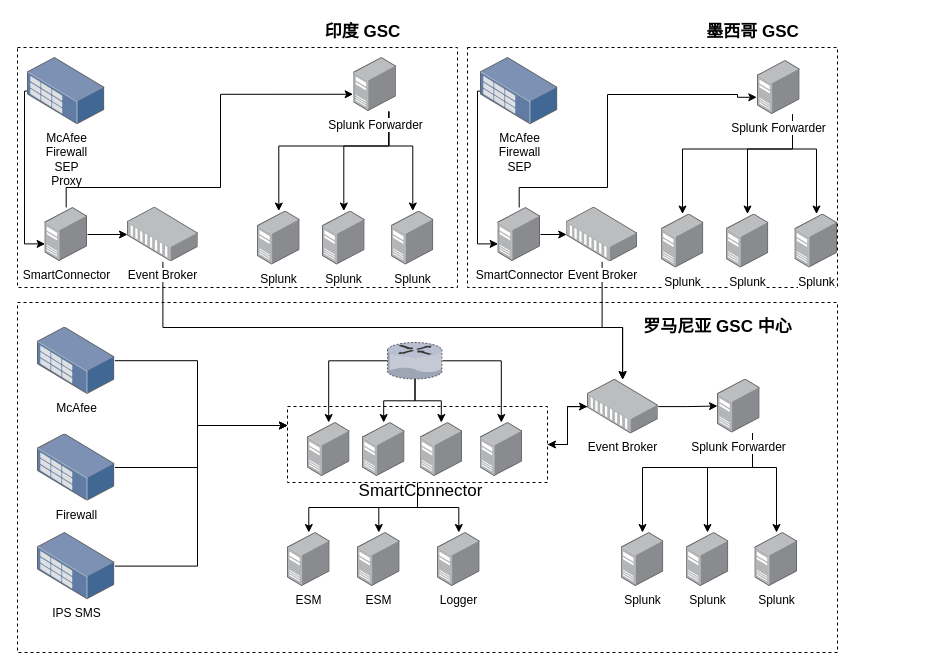
This is ArcSight+Splunk.drawio from dickens88/draft, a draw.io file, before an edit. Source tidied: cells renumbered, new cells numbered last; positions are measured from the earlier drawing's top-left corner, leaving out a move shared by most shapes. Both pictures are drawn from the tidied source at 100%, with x=0, y=0 at pixel (17, 17).
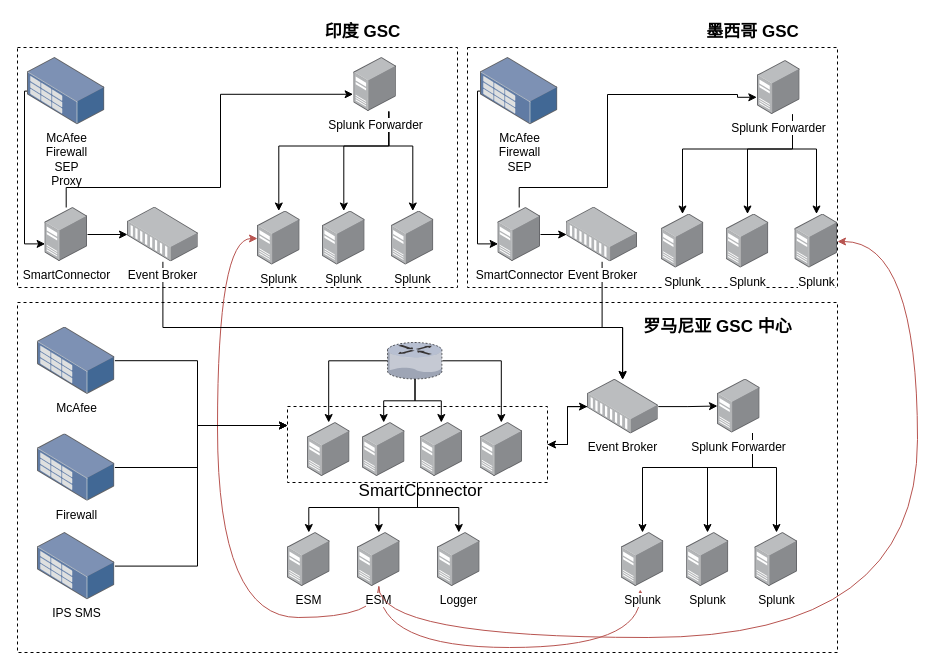
After the change.

The change refers to these unchanged cells:
```xml
<mxCell id="10" value="ESM" style="points=[];html=1;align=center;shadow=0;dashed=0;image;image=img/lib/allied_telesis/computer_and_terminals/Server_Desktop.svg;" parent="1" vertex="1">
  <mxGeometry x="340" y="515" width="42.6" height="54" as="geometry" />
</mxCell>
<mxCell id="39" value="Splunk" style="points=[];html=1;align=center;shadow=0;dashed=0;image;image=img/lib/allied_telesis/computer_and_terminals/Server_Desktop.svg;" parent="1" vertex="1">
  <mxGeometry x="603.7" y="515" width="42.6" height="54" as="geometry" />
</mxCell>
<mxCell id="50" value="Splunk" style="points=[];html=1;align=center;shadow=0;dashed=0;image;image=img/lib/allied_telesis/computer_and_terminals/Server_Desktop.svg;" parent="1" vertex="1">
  <mxGeometry x="240" y="193.5" width="42.6" height="54" as="geometry" />
</mxCell>
<mxCell id="66" value="Splunk" style="points=[];html=1;align=center;shadow=0;dashed=0;image;image=img/lib/allied_telesis/computer_and_terminals/Server_Desktop.svg;" parent="1" vertex="1">
  <mxGeometry x="777.4" y="196.5" width="42.6" height="54" as="geometry" />
</mxCell>
```

Diff of the diagram source:
```diff
@@
+    <mxCell id="70" style="edgeStyle=orthogonalEdgeStyle;curved=1;rounded=0;jettySize=auto;html=1;fillColor=#f8cecc;strokeColor=#b85450;" parent="1" edge="1" source="10" target="50">
+      <mxGeometry relative="1" as="geometry">
+        <Array as="points">
+          <mxPoint x="361" y="600" />
+          <mxPoint x="200" y="600" />
+          <mxPoint x="200" y="221" />
+        </Array>
+      </mxGeometry>
+    </mxCell>
+    <mxCell id="71" style="edgeStyle=orthogonalEdgeStyle;curved=1;rounded=0;jettySize=auto;html=1;entryX=0.448;entryY=1.056;entryDx=0;entryDy=0;entryPerimeter=0;fillColor=#f8cecc;strokeColor=#b85450;" parent="1" edge="1" source="10" target="39">
+      <mxGeometry relative="1" as="geometry">
+        <Array as="points">
+          <mxPoint x="361" y="630" />
+          <mxPoint x="623" y="630" />
+        </Array>
+      </mxGeometry>
+    </mxCell>
@@
+    <mxCell id="72" style="edgeStyle=orthogonalEdgeStyle;curved=1;rounded=0;jettySize=auto;html=1;fillColor=#f8cecc;strokeColor=#b85450;" parent="1" edge="1" source="10" target="66">
+      <mxGeometry relative="1" as="geometry">
+        <Array as="points">
+          <mxPoint x="361" y="620" />
+          <mxPoint x="900" y="620" />
+          <mxPoint x="900" y="224" />
+        </Array>
+      </mxGeometry>
+    </mxCell>
```
